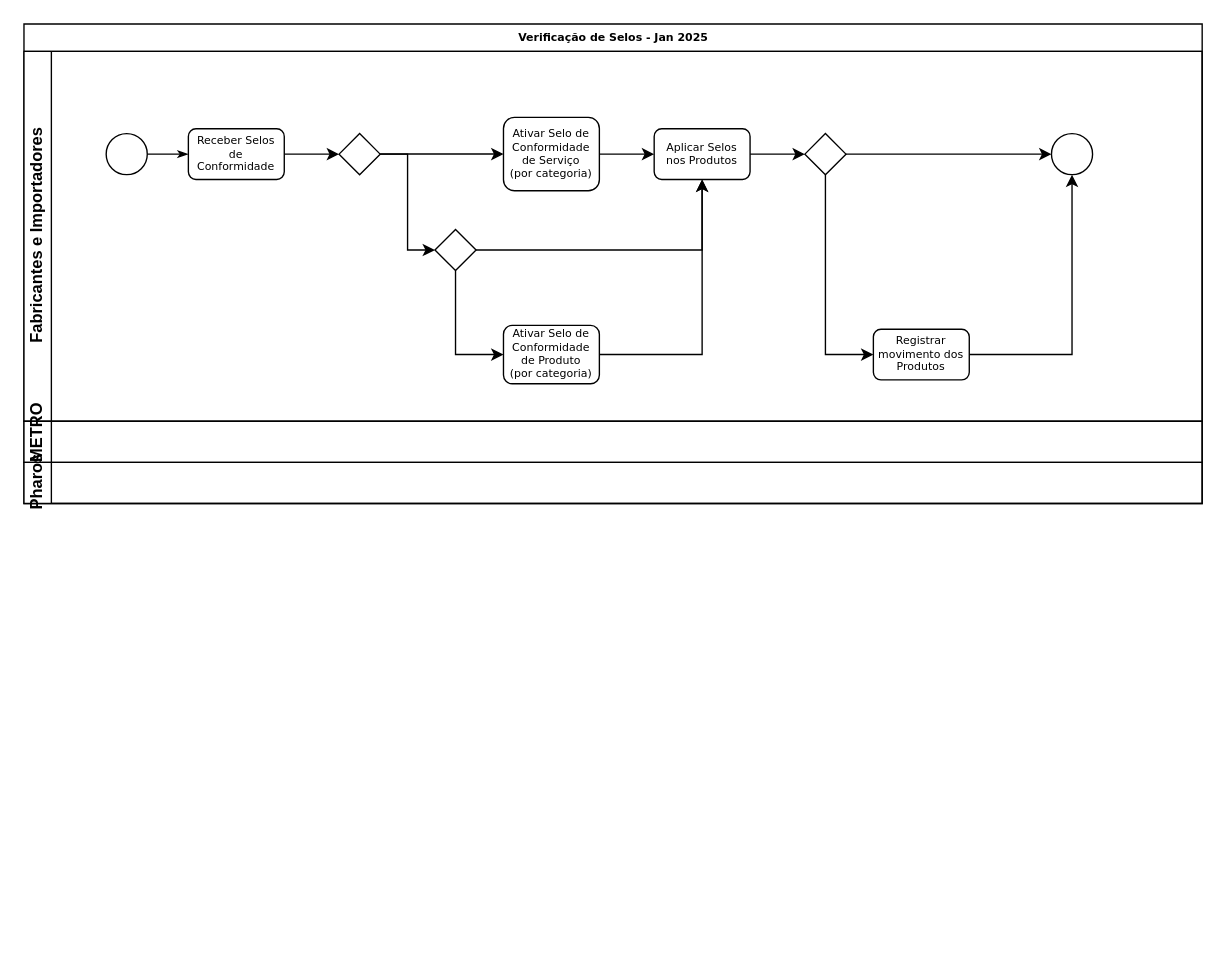
Above: Verificação do Selo.drawio in pharos2018/pharos (draw.io), before the change. Source tidied: cells renumbered, new cells numbered last; positions are measured from the earlier drawing's top-left corner, leaving out a move shared by most shapes. Both pictures are drawn from the tidied source at 137%, with x=0, y=0 at pixel (23, 23).
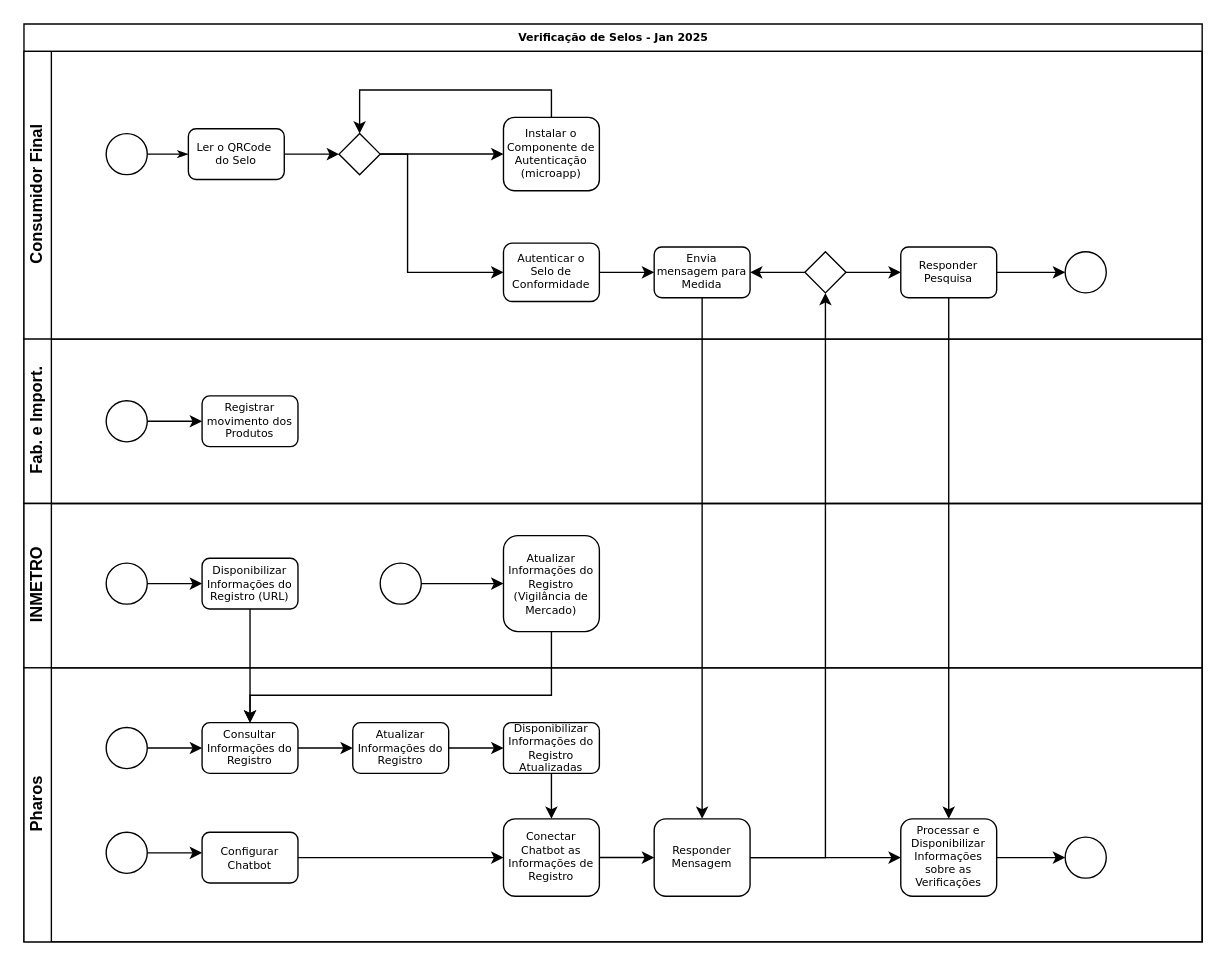
The same diagram, later.

Unchanged cells that the change refers to:
```xml
<mxCell id="9" style="strokeWidth=1;html=1;shape=mxgraph.flowchart.decision;whiteSpace=wrap;rounded=1;shadow=0;labelBackgroundColor=none;fontFamily=Verdana;fontSize=8;align=center;" parent="3" vertex="1">
  <mxGeometry x="230" y="60" width="30" height="30" as="geometry" />
</mxCell>
```

Change to the diagram source:
```diff
@@
     <mxCell id="2" value="Verificação de Selos - Jan 2025" style="swimlane;html=1;horizontal=1;startSize=20;rounded=0;shadow=0;labelBackgroundColor=none;strokeWidth=1;fontFamily=Verdana;fontSize=8;align=center;" parent="1" vertex="1">
-      <mxGeometry width="860" height="350" as="geometry" />
+      <mxGeometry width="860" height="670" as="geometry" />
     </mxCell>
-    <mxCell id="3" value="Fabricantes e Importadores" style="swimlane;html=1;startSize=20;horizontal=0;" parent="2" vertex="1">
-      <mxGeometry y="20" width="860" height="270" as="geometry" />
+    <mxCell id="3" value="Consumidor Final" style="swimlane;html=1;startSize=20;horizontal=0;" parent="2" vertex="1">
+      <mxGeometry y="20" width="860" height="210" as="geometry" />
     </mxCell>
@@
-    <mxCell id="7" value="Receber Selos de Conformidade" style="rounded=1;whiteSpace=wrap;html=1;shadow=0;labelBackgroundColor=none;strokeWidth=1;fontFamily=Verdana;fontSize=8;align=center;" parent="3" vertex="1">
+    <mxCell id="7" value="Ler o QRCode&amp;nbsp;&lt;div&gt;do Selo&lt;/div&gt;" style="rounded=1;whiteSpace=wrap;html=1;shadow=0;labelBackgroundColor=none;strokeWidth=1;fontFamily=Verdana;fontSize=8;align=center;" parent="3" vertex="1">
       <mxGeometry x="120" y="56.5" width="70" height="37" as="geometry" />
     </mxCell>
-    <mxCell id="8" style="edgeStyle=orthogonalEdgeStyle;rounded=0;jettySize=auto;html=1;entryX=0;entryY=0.5;entryDx=0;entryDy=0;entryPerimeter=0;" parent="3" edge="1" source="9" target="14">
+    <mxCell id="8" style="edgeStyle=orthogonalEdgeStyle;rounded=0;jettySize=auto;html=1;entryX=0;entryY=0.5;entryDx=0;entryDy=0;" parent="3" edge="1" source="9" target="17">
       <mxGeometry relative="1" as="geometry">
         <Array as="points">
           <mxPoint x="280" y="75" />
-          <mxPoint x="280" y="145" />
+          <mxPoint x="280" y="161" />
         </Array>
       </mxGeometry>
     </mxCell>
@@
-    <mxCell id="10" style="edgeStyle=orthogonalEdgeStyle;rounded=0;jettySize=auto;html=1;" parent="3" edge="1" source="11" target="24">
-      <mxGeometry relative="1" as="geometry" />
-    </mxCell>
-    <mxCell id="11" value="Aplicar Selos nos Produtos" style="rounded=1;whiteSpace=wrap;html=1;shadow=0;labelBackgroundColor=none;strokeWidth=1;fontFamily=Verdana;fontSize=8;align=center;" parent="3" vertex="1">
-      <mxGeometry x="460" y="56.5" width="70" height="37" as="geometry" />
+    <mxCell id="11" value="Envia mensagem para Medida" style="rounded=1;whiteSpace=wrap;html=1;shadow=0;labelBackgroundColor=none;strokeWidth=1;fontFamily=Verdana;fontSize=8;align=center;" parent="3" vertex="1">
+      <mxGeometry x="460" y="142.8" width="70" height="37" as="geometry" />
     </mxCell>
-    <mxCell id="12" style="edgeStyle=orthogonalEdgeStyle;rounded=0;jettySize=auto;html=1;entryX=0.5;entryY=1;entryDx=0;entryDy=0;" parent="3" edge="1" source="14" target="11">
-      <mxGeometry relative="1" as="geometry" />
-    </mxCell>
-    <mxCell id="13" style="edgeStyle=orthogonalEdgeStyle;rounded=0;jettySize=auto;html=1;entryX=0;entryY=0.5;entryDx=0;entryDy=0;exitX=0.5;exitY=1;exitDx=0;exitDy=0;exitPerimeter=0;" parent="3" edge="1" source="14" target="17">
-      <mxGeometry relative="1" as="geometry" />
-    </mxCell>
-    <mxCell id="14" style="strokeWidth=1;html=1;shape=mxgraph.flowchart.decision;whiteSpace=wrap;rounded=1;shadow=0;labelBackgroundColor=none;fontFamily=Verdana;fontSize=8;align=center;" parent="3" vertex="1">
-      <mxGeometry x="300" y="130" width="30" height="30" as="geometry" />
-    </mxCell>
@@
-    <mxCell id="16" style="edgeStyle=orthogonalEdgeStyle;rounded=0;jettySize=auto;html=1;entryX=0.5;entryY=1;entryDx=0;entryDy=0;" parent="3" edge="1" source="17" target="11">
+    <mxCell id="16" style="edgeStyle=orthogonalEdgeStyle;rounded=0;jettySize=auto;html=1;entryX=0;entryY=0.5;entryDx=0;entryDy=0;" parent="3" edge="1" source="17" target="11">
       <mxGeometry relative="1" as="geometry" />
     </mxCell>
-    <mxCell id="17" value="Ativar Selo de Conformidade de Produto&lt;div&gt;(por categoria)&lt;/div&gt;" style="rounded=1;whiteSpace=wrap;html=1;shadow=0;labelBackgroundColor=none;strokeWidth=1;fontFamily=Verdana;fontSize=8;align=center;" parent="3" vertex="1">
-      <mxGeometry x="350" y="200" width="70" height="42.6" as="geometry" />
+    <mxCell id="17" value="Autenticar o Selo de Conformidade" style="rounded=1;whiteSpace=wrap;html=1;shadow=0;labelBackgroundColor=none;strokeWidth=1;fontFamily=Verdana;fontSize=8;align=center;" parent="3" vertex="1">
+      <mxGeometry x="350" y="140" width="70" height="42.6" as="geometry" />
     </mxCell>
-    <mxCell id="18" style="edgeStyle=orthogonalEdgeStyle;rounded=0;jettySize=auto;html=1;" parent="3" edge="1" source="19" target="11">
-      <mxGeometry relative="1" as="geometry" />
-    </mxCell>
+    <mxCell id="28" style="edgeStyle=orthogonalEdgeStyle;rounded=0;jettySize=auto;html=1;entryX=0.5;entryY=0;entryDx=0;entryDy=0;entryPerimeter=0;exitX=0.5;exitY=0;exitDx=0;exitDy=0;" parent="3" edge="1" source="19" target="9">
+      <mxGeometry relative="1" as="geometry" />
+    </mxCell>
-    <mxCell id="19" value="Ativar Selo de Conformidade de Serviço&lt;div&gt;(por categoria)&lt;/div&gt;" style="rounded=1;whiteSpace=wrap;html=1;shadow=0;labelBackgroundColor=none;strokeWidth=1;fontFamily=Verdana;fontSize=8;align=center;" parent="3" vertex="1">
+    <mxCell id="19" value="Instalar o &lt;br&gt;Componente de Autenticação&lt;div&gt;(microapp)&lt;/div&gt;" style="rounded=1;whiteSpace=wrap;html=1;shadow=0;labelBackgroundColor=none;strokeWidth=1;fontFamily=Verdana;fontSize=8;align=center;" parent="3" vertex="1">
       <mxGeometry x="350" y="48.2" width="70" height="53.5" as="geometry" />
     </mxCell>
-    <mxCell id="20" style="edgeStyle=orthogonalEdgeStyle;rounded=0;jettySize=auto;html=1;entryX=0.5;entryY=1;entryDx=0;entryDy=0;" parent="3" edge="1" source="21" target="25">
-      <mxGeometry relative="1" as="geometry" />
-    </mxCell>
+    <mxCell id="29" style="edgeStyle=orthogonalEdgeStyle;rounded=0;jettySize=auto;html=1;" parent="3" edge="1" source="30" target="33">
+      <mxGeometry relative="1" as="geometry" />
+    </mxCell>
+    <mxCell id="30" style="strokeWidth=1;html=1;shape=mxgraph.flowchart.decision;whiteSpace=wrap;rounded=1;shadow=0;labelBackgroundColor=none;fontFamily=Verdana;fontSize=8;align=center;" parent="3" vertex="1">
+      <mxGeometry x="570" y="146.3" width="30" height="30" as="geometry" />
+    </mxCell>
+    <mxCell id="31" style="edgeStyle=orthogonalEdgeStyle;rounded=0;jettySize=auto;html=1;entryX=1;entryY=0.5;entryDx=0;entryDy=0;exitX=0;exitY=0.5;exitDx=0;exitDy=0;exitPerimeter=0;" parent="3" edge="1" source="30" target="11">
+      <mxGeometry relative="1" as="geometry" />
+    </mxCell>
+    <mxCell id="32" style="edgeStyle=orthogonalEdgeStyle;rounded=0;jettySize=auto;html=1;" parent="3" edge="1" source="33" target="34">
+      <mxGeometry relative="1" as="geometry" />
+    </mxCell>
+    <mxCell id="33" value="Responder Pesquisa" style="rounded=1;whiteSpace=wrap;html=1;shadow=0;labelBackgroundColor=none;strokeWidth=1;fontFamily=Verdana;fontSize=8;align=center;" parent="3" vertex="1">
+      <mxGeometry x="640" y="142.8" width="70" height="37" as="geometry" />
+    </mxCell>
+    <mxCell id="34" style="ellipse;whiteSpace=wrap;html=1;rounded=0;shadow=0;labelBackgroundColor=none;strokeWidth=1;fontFamily=Verdana;fontSize=8;align=center;" parent="3" vertex="1">
+      <mxGeometry x="760" y="146.3" width="30" height="30" as="geometry" />
+    </mxCell>
+    <mxCell id="26" value="Fab. e Import." style="swimlane;html=1;startSize=20;horizontal=0;" parent="2" vertex="1">
+      <mxGeometry y="230" width="860" height="120" as="geometry" />
+    </mxCell>
-    <mxCell id="21" value="Registrar movimento dos Produtos" style="rounded=1;whiteSpace=wrap;html=1;shadow=0;labelBackgroundColor=none;strokeWidth=1;fontFamily=Verdana;fontSize=8;align=center;" parent="3" vertex="1">
-      <mxGeometry x="620" y="202.8" width="70" height="37" as="geometry" />
+    <mxCell id="21" value="Registrar movimento dos Produtos" style="rounded=1;whiteSpace=wrap;html=1;shadow=0;labelBackgroundColor=none;strokeWidth=1;fontFamily=Verdana;fontSize=8;align=center;" parent="26" vertex="1">
+      <mxGeometry x="130" y="41.5" width="70" height="37" as="geometry" />
     </mxCell>
-    <mxCell id="22" style="edgeStyle=orthogonalEdgeStyle;rounded=0;jettySize=auto;html=1;entryX=0;entryY=0.5;entryDx=0;entryDy=0;" parent="3" edge="1" source="24" target="25">
-      <mxGeometry relative="1" as="geometry" />
-    </mxCell>
-    <mxCell id="23" style="edgeStyle=orthogonalEdgeStyle;rounded=0;jettySize=auto;html=1;exitX=0.5;exitY=1;exitDx=0;exitDy=0;exitPerimeter=0;entryX=0;entryY=0.5;entryDx=0;entryDy=0;" parent="3" edge="1" source="24" target="21">
-      <mxGeometry relative="1" as="geometry" />
-    </mxCell>
-    <mxCell id="24" style="strokeWidth=1;html=1;shape=mxgraph.flowchart.decision;whiteSpace=wrap;rounded=1;shadow=0;labelBackgroundColor=none;fontFamily=Verdana;fontSize=8;align=center;" parent="3" vertex="1">
-      <mxGeometry x="570" y="60" width="30" height="30" as="geometry" />
-    </mxCell>
-    <mxCell id="25" style="ellipse;whiteSpace=wrap;html=1;rounded=0;shadow=0;labelBackgroundColor=none;strokeWidth=1;fontFamily=Verdana;fontSize=8;align=center;" parent="3" vertex="1">
-      <mxGeometry x="750" y="60" width="30" height="30" as="geometry" />
-    </mxCell>
-    <mxCell id="26" value="INMETRO" style="swimlane;html=1;startSize=20;horizontal=0;" parent="2" vertex="1" collapsed="1">
-      <mxGeometry y="290" width="860" height="30" as="geometry" />
-    </mxCell>
+    <mxCell id="35" style="edgeStyle=orthogonalEdgeStyle;rounded=0;jettySize=auto;html=1;" parent="26" edge="1" source="36" target="21">
+      <mxGeometry relative="1" as="geometry" />
+    </mxCell>
+    <mxCell id="36" style="ellipse;whiteSpace=wrap;html=1;rounded=0;shadow=0;labelBackgroundColor=none;strokeWidth=1;fontFamily=Verdana;fontSize=8;align=center;" parent="26" vertex="1">
+      <mxGeometry x="60" y="45" width="30" height="30" as="geometry" />
+    </mxCell>
+    <mxCell id="37" style="edgeStyle=orthogonalEdgeStyle;rounded=0;jettySize=auto;html=1;" parent="2" edge="1" source="39" target="47">
+      <mxGeometry relative="1" as="geometry" />
+    </mxCell>
+    <mxCell id="38" style="edgeStyle=orthogonalEdgeStyle;rounded=0;jettySize=auto;html=1;" parent="2" edge="1" source="11" target="61">
+      <mxGeometry relative="1" as="geometry" />
+    </mxCell>
-    <mxCell id="27" value="Pharos" style="swimlane;html=1;startSize=20;horizontal=0;" parent="2" vertex="1" collapsed="1">
-      <mxGeometry y="320" width="860" height="30" as="geometry" />
+    <mxCell id="27" value="INMETRO" style="swimlane;html=1;startSize=20;horizontal=0;" parent="2" vertex="1">
+      <mxGeometry y="350" width="860" height="120" as="geometry" />
     </mxCell>
+    <mxCell id="39" value="Disponibilizar Informações do Registro (URL)" style="rounded=1;whiteSpace=wrap;html=1;shadow=0;labelBackgroundColor=none;strokeWidth=1;fontFamily=Verdana;fontSize=8;align=center;" parent="27" vertex="1">
+      <mxGeometry x="130" y="40" width="70" height="37" as="geometry" />
+    </mxCell>
+    <mxCell id="40" style="edgeStyle=orthogonalEdgeStyle;rounded=0;jettySize=auto;html=1;" parent="27" edge="1" source="41" target="39">
+      <mxGeometry relative="1" as="geometry" />
+    </mxCell>
+    <mxCell id="41" style="ellipse;whiteSpace=wrap;html=1;rounded=0;shadow=0;labelBackgroundColor=none;strokeWidth=1;fontFamily=Verdana;fontSize=8;align=center;" parent="27" vertex="1">
+      <mxGeometry x="60" y="43.5" width="30" height="30" as="geometry" />
+    </mxCell>
+    <mxCell id="42" value="Atualizar Informações do Registro (Vigilância de Mercado)" style="rounded=1;whiteSpace=wrap;html=1;shadow=0;labelBackgroundColor=none;strokeWidth=1;fontFamily=Verdana;fontSize=8;align=center;" parent="27" vertex="1">
+      <mxGeometry x="350" y="23.5" width="70" height="70" as="geometry" />
+    </mxCell>
+    <mxCell id="43" style="edgeStyle=orthogonalEdgeStyle;rounded=0;jettySize=auto;html=1;" parent="27" edge="1" source="44" target="42">
+      <mxGeometry relative="1" as="geometry" />
+    </mxCell>
+    <mxCell id="44" style="ellipse;whiteSpace=wrap;html=1;rounded=0;shadow=0;labelBackgroundColor=none;strokeWidth=1;fontFamily=Verdana;fontSize=8;align=center;" parent="27" vertex="1">
+      <mxGeometry x="260" y="43.5" width="30" height="30" as="geometry" />
+    </mxCell>
+    <mxCell id="45" value="Pharos" style="swimlane;html=1;startSize=20;horizontal=0;" parent="2" vertex="1">
+      <mxGeometry y="470" width="860" height="200" as="geometry" />
+    </mxCell>
+    <mxCell id="46" style="edgeStyle=orthogonalEdgeStyle;rounded=0;jettySize=auto;html=1;" parent="45" edge="1" source="47" target="49">
+      <mxGeometry relative="1" as="geometry" />
+    </mxCell>
+    <mxCell id="47" value="Consultar Informações do Registro" style="rounded=1;whiteSpace=wrap;html=1;shadow=0;labelBackgroundColor=none;strokeWidth=1;fontFamily=Verdana;fontSize=8;align=center;" parent="45" vertex="1">
+      <mxGeometry x="130" y="40" width="70" height="37" as="geometry" />
+    </mxCell>
+    <mxCell id="48" style="edgeStyle=orthogonalEdgeStyle;rounded=0;jettySize=auto;html=1;" parent="45" edge="1" source="49" target="51">
+      <mxGeometry relative="1" as="geometry" />
+    </mxCell>
+    <mxCell id="49" value="Atualizar Informações do Registro" style="rounded=1;whiteSpace=wrap;html=1;shadow=0;labelBackgroundColor=none;strokeWidth=1;fontFamily=Verdana;fontSize=8;align=center;fontStyle=0;" parent="45" vertex="1">
+      <mxGeometry x="240" y="40" width="70" height="37" as="geometry" />
+    </mxCell>
+    <mxCell id="50" style="rounded=0;jettySize=auto;html=1;verticalAlign=middle;horizontal=1;startArrow=none;startFill=0;" parent="45" edge="1" source="51" target="59">
+      <mxGeometry relative="1" as="geometry" />
+    </mxCell>
+    <mxCell id="51" value="Disponibilizar Informações do Registro Atualizadas" style="rounded=1;whiteSpace=wrap;html=1;shadow=0;labelBackgroundColor=none;strokeWidth=1;fontFamily=Verdana;fontSize=8;align=center;fontStyle=0;" parent="45" vertex="1">
+      <mxGeometry x="350" y="40" width="70" height="37" as="geometry" />
+    </mxCell>
+    <mxCell id="52" style="edgeStyle=orthogonalEdgeStyle;rounded=0;jettySize=auto;html=1;entryX=0;entryY=0.5;entryDx=0;entryDy=0;" parent="45" edge="1" source="53" target="47">
+      <mxGeometry relative="1" as="geometry" />
+    </mxCell>
+    <mxCell id="53" style="ellipse;whiteSpace=wrap;html=1;rounded=0;shadow=0;labelBackgroundColor=none;strokeWidth=1;fontFamily=Verdana;fontSize=8;align=center;" parent="45" vertex="1">
+      <mxGeometry x="60" y="43.5" width="30" height="30" as="geometry" />
+    </mxCell>
+    <mxCell id="54" style="edgeStyle=orthogonalEdgeStyle;rounded=0;jettySize=auto;html=1;entryX=0;entryY=0.5;entryDx=0;entryDy=0;" parent="45" edge="1" source="55">
+      <mxGeometry relative="1" as="geometry">
+        <mxPoint x="130" y="135" as="targetPoint" />
+      </mxGeometry>
+    </mxCell>
+    <mxCell id="55" style="ellipse;whiteSpace=wrap;html=1;rounded=0;shadow=0;labelBackgroundColor=none;strokeWidth=1;fontFamily=Verdana;fontSize=8;align=center;" parent="45" vertex="1">
+      <mxGeometry x="60" y="120" width="30" height="30" as="geometry" />
+    </mxCell>
+    <mxCell id="56" style="edgeStyle=orthogonalEdgeStyle;rounded=0;jettySize=auto;html=1;" parent="45" edge="1" source="57" target="59">
+      <mxGeometry relative="1" as="geometry" />
+    </mxCell>
+    <mxCell id="57" value="Configurar Chatbot" style="rounded=1;whiteSpace=wrap;html=1;shadow=0;labelBackgroundColor=none;strokeWidth=1;fontFamily=Verdana;fontSize=8;align=center;fontStyle=0;" parent="45" vertex="1">
+      <mxGeometry x="130" y="120" width="70" height="37" as="geometry" />
+    </mxCell>
+    <mxCell id="58" style="edgeStyle=orthogonalEdgeStyle;rounded=0;jettySize=auto;html=1;" parent="45" edge="1" source="59" target="61">
+      <mxGeometry relative="1" as="geometry" />
+    </mxCell>
+    <mxCell id="59" value="Conectar Chatbot as Informações de Registro" style="rounded=1;whiteSpace=wrap;html=1;shadow=0;labelBackgroundColor=none;strokeWidth=1;fontFamily=Verdana;fontSize=8;align=center;fontStyle=0;" parent="45" vertex="1">
+      <mxGeometry x="350" y="110.2" width="70" height="56.5" as="geometry" />
+    </mxCell>
+    <mxCell id="60" style="edgeStyle=orthogonalEdgeStyle;rounded=0;jettySize=auto;html=1;entryX=0;entryY=0.5;entryDx=0;entryDy=0;" parent="45" edge="1" source="61" target="63">
+      <mxGeometry relative="1" as="geometry" />
+    </mxCell>
+    <mxCell id="61" value="Responder Mensagem" style="rounded=1;whiteSpace=wrap;html=1;shadow=0;labelBackgroundColor=none;strokeWidth=1;fontFamily=Verdana;fontSize=8;align=center;fontStyle=0;" parent="45" vertex="1">
+      <mxGeometry x="460" y="110.2" width="70" height="56.5" as="geometry" />
+    </mxCell>
+    <mxCell id="62" style="edgeStyle=orthogonalEdgeStyle;rounded=0;jettySize=auto;html=1;" parent="45" edge="1" source="63" target="64">
+      <mxGeometry relative="1" as="geometry" />
+    </mxCell>
+    <mxCell id="63" value="Processar e Disponibilizar Informações sobre as Verificações" style="rounded=1;whiteSpace=wrap;html=1;shadow=0;labelBackgroundColor=none;strokeWidth=1;fontFamily=Verdana;fontSize=8;align=center;fontStyle=0;" parent="45" vertex="1">
+      <mxGeometry x="640" y="110.2" width="70" height="56.5" as="geometry" />
+    </mxCell>
+    <mxCell id="64" style="ellipse;whiteSpace=wrap;html=1;rounded=0;shadow=0;labelBackgroundColor=none;strokeWidth=1;fontFamily=Verdana;fontSize=8;align=center;" parent="45" vertex="1">
+      <mxGeometry x="760" y="123.5" width="30" height="30" as="geometry" />
+    </mxCell>
+    <mxCell id="65" style="edgeStyle=orthogonalEdgeStyle;rounded=0;jettySize=auto;html=1;entryX=0.5;entryY=0;entryDx=0;entryDy=0;exitX=0.5;exitY=1;exitDx=0;exitDy=0;" parent="2" edge="1" source="42" target="47">
+      <mxGeometry relative="1" as="geometry">
+        <Array as="points">
+          <mxPoint x="385" y="490" />
+          <mxPoint x="165" y="490" />
+        </Array>
+      </mxGeometry>
+    </mxCell>
+    <mxCell id="66" style="edgeStyle=orthogonalEdgeStyle;rounded=0;jettySize=auto;html=1;" parent="2" edge="1" source="61" target="30">
+      <mxGeometry relative="1" as="geometry" />
+    </mxCell>
+    <mxCell id="67" style="edgeStyle=orthogonalEdgeStyle;rounded=0;jettySize=auto;html=1;entryX=0.5;entryY=0;entryDx=0;entryDy=0;" parent="2" edge="1" source="33" target="63">
+      <mxGeometry relative="1" as="geometry" />
+    </mxCell>
```
